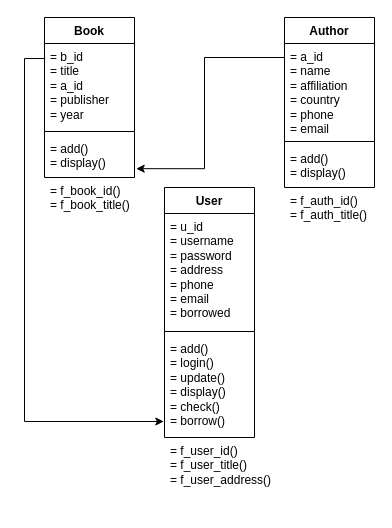
Above: Library Diagram.drawio in jxndvs13/OOP (draw.io), before the change. Source tidied: cells renumbered, new cells numbered last; positions are measured from the earlier drawing's top-left corner, leaving out a move shared by most shapes. Both pictures are drawn from the tidied source at 100%, with x=0, y=0 at pixel (44, 17).
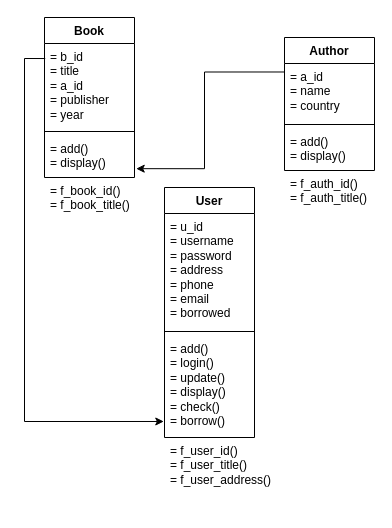
After the change.

Unchanged cells that the change refers to:
```xml
<mxCell id="5" value="&lt;div&gt;= add()&lt;/div&gt;&lt;div&gt;&lt;span style=&quot;background-color: transparent; color: light-dark(rgb(0, 0, 0), rgb(255, 255, 255));&quot;&gt;= display()&lt;br&gt;&lt;/span&gt;&lt;/div&gt;" style="text;strokeColor=none;fillColor=none;align=left;verticalAlign=top;spacingLeft=4;spacingRight=4;overflow=hidden;points=[[0,0.5],[1,0.5]];portConstraint=eastwest;whiteSpace=wrap;html=1;" parent="2" vertex="1">
  <mxGeometry y="118" width="90" height="42" as="geometry" />
</mxCell>
```

Change to the diagram source:
```diff
@@
     <mxCell id="6" value="Author" style="swimlane;fontStyle=1;align=center;verticalAlign=top;horizontal=1;startSize=26;whiteSpace=wrap;html=1;" parent="1" vertex="1">
-      <mxGeometry x="240" width="90" height="170" as="geometry" />
+      <mxGeometry x="240" y="20" width="90" height="133" as="geometry" />
     </mxCell>
-    <mxCell id="7" value="= a_id&lt;br&gt;&lt;div&gt;= name&lt;/div&gt;&lt;div&gt;= affiliation&lt;/div&gt;&lt;div&gt;= country&lt;/div&gt;&lt;div&gt;= phone&lt;/div&gt;&lt;div&gt;= email&lt;/div&gt;" style="text;strokeColor=none;fillColor=none;align=left;verticalAlign=top;spacingLeft=4;spacingRight=4;overflow=hidden;points=[[0,0.5],[1,0.5]];portConstraint=eastwest;whiteSpace=wrap;html=1;" parent="6" vertex="1">
-      <mxGeometry y="26" width="90" height="94" as="geometry" />
+    <mxCell id="7" value="= a_id&lt;br&gt;&lt;div&gt;= name&lt;/div&gt;&lt;div&gt;&lt;span style=&quot;background-color: transparent; color: light-dark(rgb(0, 0, 0), rgb(255, 255, 255));&quot;&gt;= country&lt;/span&gt;&lt;/div&gt;" style="text;strokeColor=none;fillColor=none;align=left;verticalAlign=top;spacingLeft=4;spacingRight=4;overflow=hidden;points=[[0,0.5],[1,0.5]];portConstraint=eastwest;whiteSpace=wrap;html=1;" parent="6" vertex="1">
+      <mxGeometry y="26" width="90" height="57" as="geometry" />
     </mxCell>
     <mxCell id="8" style="line;strokeWidth=1;fillColor=none;align=left;verticalAlign=middle;spacingTop=-1;spacingLeft=3;spacingRight=3;labelPosition=right;strokeColor=inherit;" parent="6" vertex="1">
-      <mxGeometry y="120" width="90" height="8" as="geometry" />
+      <mxGeometry y="83" width="90" height="8" as="geometry" />
     </mxCell>
     <mxCell id="9" value="= add()&lt;div&gt;&lt;span style=&quot;background-color: transparent; color: light-dark(rgb(0, 0, 0), rgb(255, 255, 255));&quot;&gt;= display()&lt;/span&gt;&lt;/div&gt;" style="text;strokeColor=none;fillColor=none;align=left;verticalAlign=top;spacingLeft=4;spacingRight=4;overflow=hidden;whiteSpace=wrap;html=1;" parent="6" vertex="1">
-      <mxGeometry y="128" width="90" height="42" as="geometry" />
+      <mxGeometry y="91" width="90" height="42" as="geometry" />
     </mxCell>
@@
     <mxCell id="14" style="edgeStyle=orthogonalEdgeStyle;rounded=0;jettySize=auto;html=1;exitX=0;exitY=0.149;exitDx=0;exitDy=0;exitPerimeter=0;entryX=1.019;entryY=0.79;entryDx=0;entryDy=0;entryPerimeter=0;" parent="1" edge="1" source="7" target="5">
       <mxGeometry relative="1" as="geometry">
         <Array as="points">
-          <mxPoint x="160" y="40" />
+          <mxPoint x="160" y="55" />
           <mxPoint x="160" y="151" />
         </Array>
       </mxGeometry>
     </mxCell>
@@
     <mxCell id="17" value="= f_auth_id()&lt;div&gt;= f_auth_title()&lt;/div&gt;" style="text;strokeColor=none;fillColor=none;align=left;verticalAlign=top;spacingLeft=4;spacingRight=4;overflow=hidden;whiteSpace=wrap;html=1;" parent="1" vertex="1">
-      <mxGeometry x="240" y="170" width="90" height="40" as="geometry" />
+      <mxGeometry x="240" y="153" width="90" height="40" as="geometry" />
     </mxCell>
```
